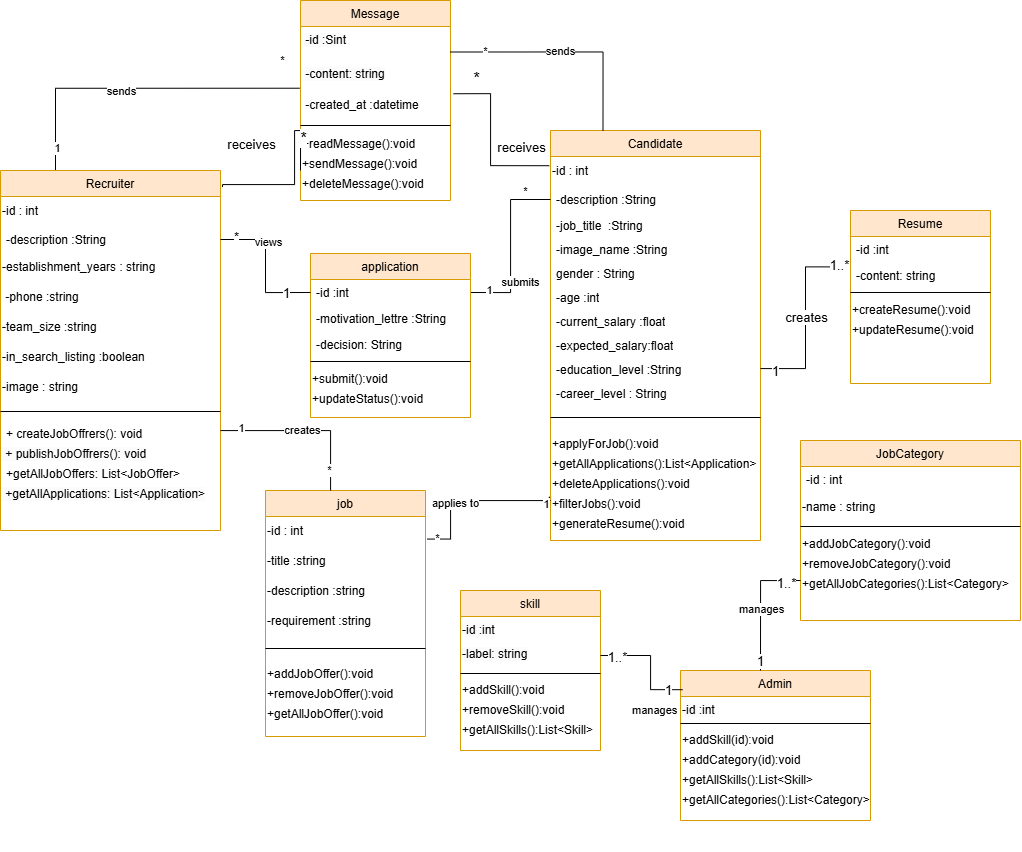
This is Diagramme classe sprint2.drawio.png from chirine1/-project, a draw.io export, as it was before one commit. Source tidied: cells renumbered, new cells last; positions are measured from the earlier drawing's top-left corner, leaving out a move shared by most shapes.
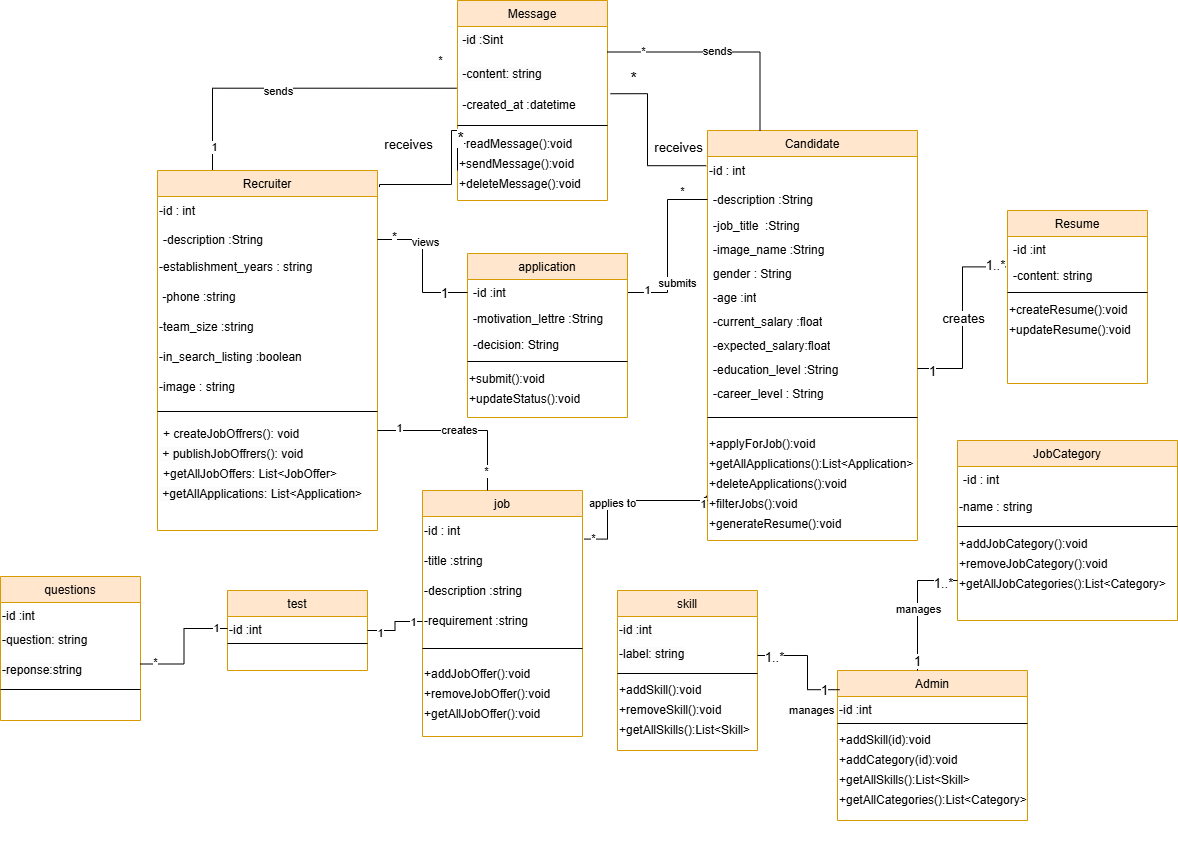
Later version of the same file.

Commit message:
Mettre à jour Diagramme classe sprint2.drawio.png

What changed in the source:
```diff
@@ -428,5 +428,47 @@
     <mxCell id="124" value="&lt;span style=&quot;color: rgb(0, 0, 0); font-family: Helvetica; font-size: 11px; font-style: normal; font-variant-ligatures: normal; font-variant-caps: normal; font-weight: 400; letter-spacing: normal; orphans: 2; text-align: center; text-indent: 0px; text-transform: none; widows: 2; word-spacing: 0px; -webkit-text-stroke-width: 0px; white-space: nowrap; background-color: rgb(255, 255, 255); text-decoration-thickness: initial; text-decoration-style: initial; text-decoration-color: initial; display: inline !important; float: none;&quot;&gt;manages&lt;/span&gt;" style="text;whiteSpace=wrap;html=1;" parent="1" vertex="1">
       <mxGeometry x="630" y="696" width="80" height="40" as="geometry" />
     </mxCell>
+    <mxCell id="125" value="questions" style="swimlane;fontStyle=0;align=center;verticalAlign=top;horizontal=1;startSize=26;rounded=0;shadow=0;strokeWidth=1;fillColor=#ffe6cc;strokeColor=#d79b00;" parent="1" vertex="1">
+      <mxGeometry x="-157" y="576" width="140" height="144" as="geometry" />
+    </mxCell>
+    <mxCell id="126" value="&lt;span style=&quot;color: rgb(0, 0, 0); font-family: Helvetica; font-size: 12px; font-style: normal; font-variant-ligatures: normal; font-variant-caps: normal; font-weight: 400; letter-spacing: normal; orphans: 2; text-align: left; text-indent: 0px; text-transform: none; widows: 2; word-spacing: 0px; -webkit-text-stroke-width: 0px; background-color: rgb(251, 251, 251); text-decoration-thickness: initial; text-decoration-style: initial; text-decoration-color: initial; float: none; display: inline !important;&quot;&gt;-id :int&lt;/span&gt;" style="text;whiteSpace=wrap;html=1;" parent="125" vertex="1">
+      <mxGeometry y="26" width="140" height="24" as="geometry" />
+    </mxCell>
+    <mxCell id="127" value="&lt;span style=&quot;color: rgb(0, 0, 0); font-family: Helvetica; font-size: 12px; font-style: normal; font-variant-ligatures: normal; font-variant-caps: normal; font-weight: 400; letter-spacing: normal; orphans: 2; text-align: left; text-indent: 0px; text-transform: none; widows: 2; word-spacing: 0px; -webkit-text-stroke-width: 0px; background-color: rgb(251, 251, 251); text-decoration-thickness: initial; text-decoration-style: initial; text-decoration-color: initial; float: none; display: inline !important;&quot;&gt;-question: string&lt;/span&gt;" style="text;whiteSpace=wrap;html=1;" parent="125" vertex="1">
+      <mxGeometry y="50" width="140" height="30" as="geometry" />
+    </mxCell>
+    <mxCell id="128" value="&lt;span style=&quot;color: rgb(0, 0, 0); font-family: Helvetica; font-size: 12px; font-style: normal; font-variant-ligatures: normal; font-variant-caps: normal; font-weight: 400; letter-spacing: normal; orphans: 2; text-align: left; text-indent: 0px; text-transform: none; widows: 2; word-spacing: 0px; -webkit-text-stroke-width: 0px; background-color: rgb(251, 251, 251); text-decoration-thickness: initial; text-decoration-style: initial; text-decoration-color: initial; float: none; display: inline !important;&quot;&gt;-reponse:string&lt;/span&gt;" style="text;whiteSpace=wrap;html=1;" parent="125" vertex="1">
+      <mxGeometry y="80" width="140" height="30" as="geometry" />
+    </mxCell>
+    <mxCell id="129" style="line;html=1;strokeWidth=1;align=left;verticalAlign=middle;spacingTop=-1;spacingLeft=3;spacingRight=3;labelPosition=right;" parent="125" vertex="1">
+      <mxGeometry y="110" width="140" height="6" as="geometry" />
+    </mxCell>
+    <mxCell id="130" value="test" style="swimlane;fontStyle=0;align=center;verticalAlign=top;horizontal=1;startSize=26;rounded=0;shadow=0;strokeWidth=1;fillColor=#ffe6cc;strokeColor=#d79b00;" parent="1" vertex="1">
+      <mxGeometry x="70" y="590" width="140" height="80" as="geometry" />
+    </mxCell>
+    <mxCell id="131" value="&lt;span style=&quot;color: rgb(0, 0, 0); font-family: Helvetica; font-size: 12px; font-style: normal; font-variant-ligatures: normal; font-variant-caps: normal; font-weight: 400; letter-spacing: normal; orphans: 2; text-align: left; text-indent: 0px; text-transform: none; widows: 2; word-spacing: 0px; -webkit-text-stroke-width: 0px; background-color: rgb(251, 251, 251); text-decoration-thickness: initial; text-decoration-style: initial; text-decoration-color: initial; float: none; display: inline !important;&quot;&gt;-id :int&lt;/span&gt;" style="text;whiteSpace=wrap;html=1;" parent="130" vertex="1">
+      <mxGeometry y="26" width="140" height="24" as="geometry" />
+    </mxCell>
+    <mxCell id="132" style="line;html=1;strokeWidth=1;align=left;verticalAlign=middle;spacingTop=-1;spacingLeft=3;spacingRight=3;labelPosition=right;" parent="130" vertex="1">
+      <mxGeometry y="50" width="140" height="6" as="geometry" />
+    </mxCell>
+    <mxCell id="133" style="edgeStyle=orthogonalEdgeStyle;rounded=0;jettySize=auto;html=1;entryX=1;entryY=0.5;entryDx=0;entryDy=0;endArrow=none;endFill=0;" parent="1" edge="1" source="67" target="130">
+      <mxGeometry relative="1" as="geometry" />
+    </mxCell>
+    <mxCell id="134" value="1" style="edgeLabel;html=1;align=center;verticalAlign=middle;" parent="133" vertex="1">
+      <mxGeometry x="-0.69" relative="1" as="geometry" />
+    </mxCell>
+    <mxCell id="135" value="1" style="edgeLabel;html=1;align=center;verticalAlign=middle;" parent="133" vertex="1">
+      <mxGeometry x="0.62" y="2" relative="1" as="geometry" />
+    </mxCell>
+    <mxCell id="136" style="edgeStyle=orthogonalEdgeStyle;rounded=0;jettySize=auto;html=1;entryX=1;entryY=0.25;entryDx=0;entryDy=0;endArrow=none;endFill=0;" parent="1" edge="1" source="131" target="128">
+      <mxGeometry relative="1" as="geometry" />
+    </mxCell>
+    <mxCell id="137" value="1" style="edgeLabel;html=1;align=center;verticalAlign=middle;" parent="136" vertex="1">
+      <mxGeometry x="-0.8" y="-1" relative="1" as="geometry" />
+    </mxCell>
+    <mxCell id="138" value="*" style="edgeLabel;html=1;align=center;verticalAlign=middle;" parent="136" vertex="1">
+      <mxGeometry x="0.77" y="-2" relative="1" as="geometry" />
+    </mxCell>
   </root>
 </mxGraphModel>
```
